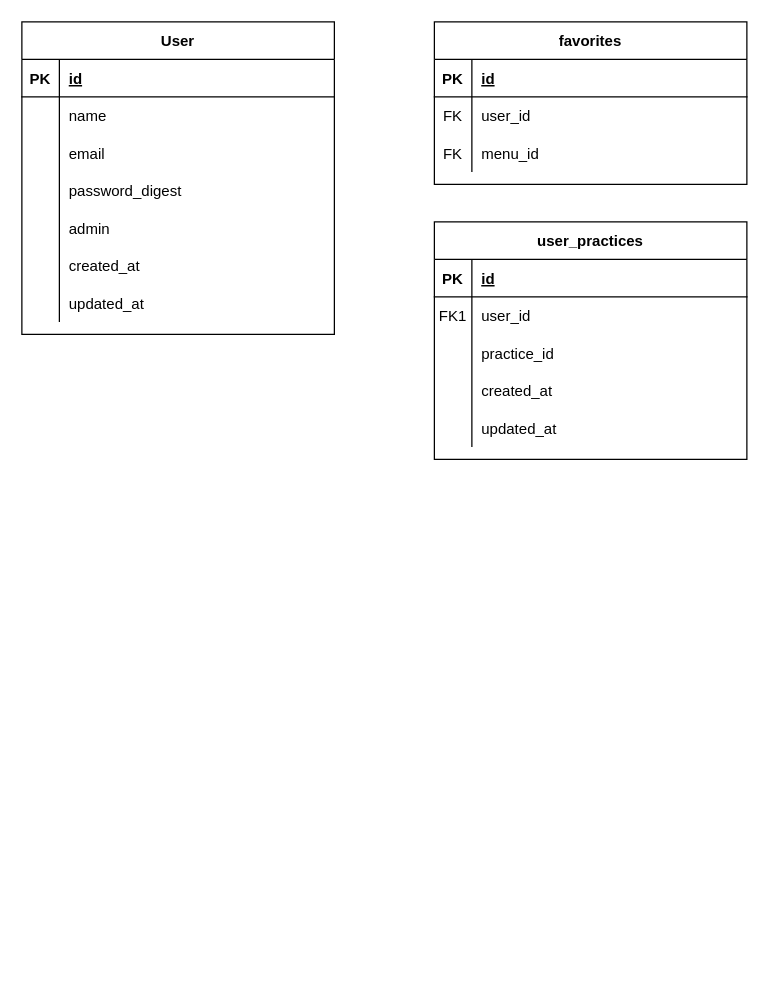
This is 卒業課題.drawio from yu-tas/achieve, a draw.io file, before an edit. Source tidied: cells renumbered, new cells numbered last; positions are measured from the earlier drawing's top-left corner, leaving out a move shared by most shapes. Both pictures are drawn from the tidied source at 125%, with x=0, y=0 at pixel (21, 21).
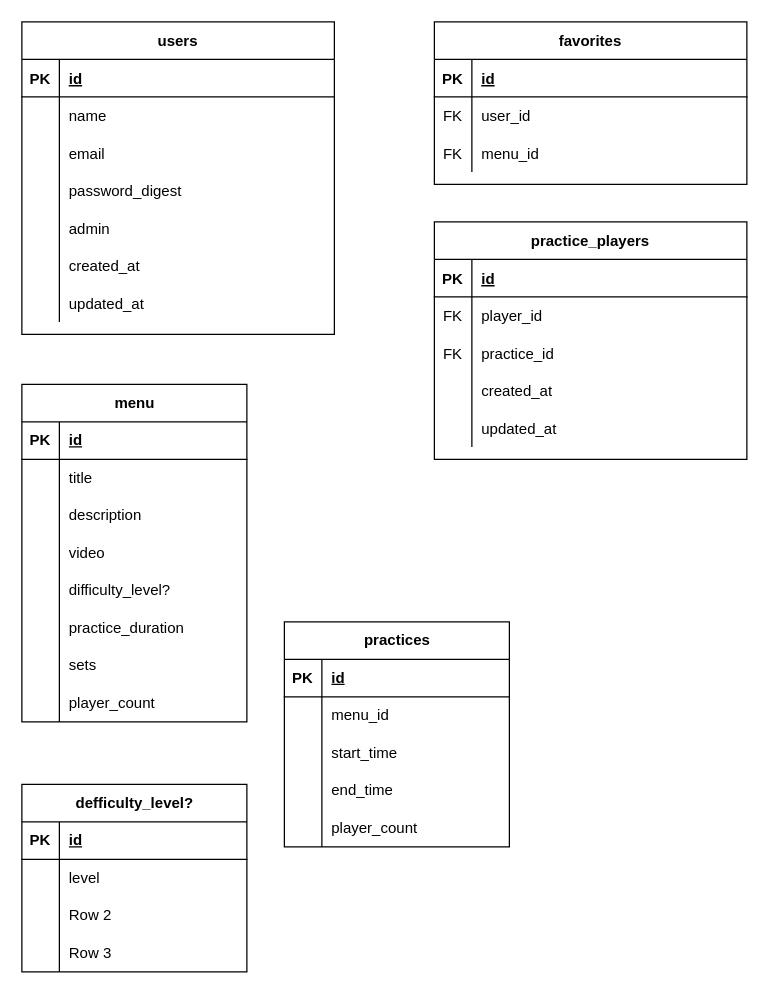
Above is the later version.

Commit message (it also covers changes not shown here):
卒業課題.drawio を更新します

The change refers to these unchanged cells:
```xml
<mxCell id="16" style="shape=partialRectangle;fillColor=none;top=0;left=0;right=0;bottom=0;" parent="12" vertex="1">
  <mxGeometry y="60" width="250" height="30" as="geometry" />
</mxCell>
<mxCell id="19" style="shape=partialRectangle;fillColor=none;top=0;left=0;right=0;bottom=0;" parent="12" vertex="1">
  <mxGeometry y="90" width="250" height="30" as="geometry" />
</mxCell>
```

What changed in the source:
```diff
@@
-    <mxCell id="12" value="user_practices" style="shape=table;startSize=30;childLayout=tableLayout;rowLines=0;fontStyle=1;align=center;" parent="1" vertex="1">
+    <mxCell id="12" value="practice_players" style="shape=table;startSize=30;childLayout=tableLayout;rowLines=0;fontStyle=1;align=center;" parent="1" vertex="1">
       <mxGeometry x="330" y="160" width="250" height="190" as="geometry" />
     </mxCell>
@@
-    <mxCell id="17" value="FK1" style="shape=partialRectangle;overflow=hidden;fillColor=none;top=0;left=0;bottom=0;right=0;" parent="16" vertex="1">
+    <mxCell id="17" value="FK" style="shape=partialRectangle;overflow=hidden;fillColor=none;top=0;left=0;bottom=0;right=0;" parent="16" vertex="1">
       <mxGeometry width="30" height="30" as="geometry" />
     </mxCell>
-    <mxCell id="18" value="user_id" style="shape=partialRectangle;overflow=hidden;fillColor=none;top=0;left=0;bottom=0;right=0;align=left;spacingLeft=6;" parent="16" vertex="1">
+    <mxCell id="18" value="player_id" style="shape=partialRectangle;overflow=hidden;fillColor=none;top=0;left=0;bottom=0;right=0;align=left;spacingLeft=6;" parent="16" vertex="1">
       <mxGeometry x="30" width="220" height="30" as="geometry" />
     </mxCell>
@@
-    <mxCell id="20" style="shape=partialRectangle;overflow=hidden;fillColor=none;top=0;left=0;bottom=0;right=0;" parent="19" vertex="1">
+    <mxCell id="20" value="FK" style="shape=partialRectangle;overflow=hidden;fillColor=none;top=0;left=0;bottom=0;right=0;" parent="19" vertex="1">
       <mxGeometry width="30" height="30" as="geometry" />
     </mxCell>
@@
-    <mxCell id="28" value="User" style="shape=table;startSize=30;childLayout=tableLayout;rowLines=0;fontStyle=1;align=center;" parent="1" vertex="1">
+    <mxCell id="28" value="users" style="shape=table;startSize=30;childLayout=tableLayout;rowLines=0;fontStyle=1;align=center;" parent="1" vertex="1">
       <mxGeometry width="250" height="250" as="geometry" />
     </mxCell>
@@
+    <mxCell id="50" value="menu" style="shape=table;startSize=30;childLayout=tableLayout;rowLines=0;fontStyle=1;align=center;html=1;" parent="1" vertex="1">
+      <mxGeometry y="290" width="180" height="270" as="geometry" />
+    </mxCell>
+    <mxCell id="51" style="shape=tableRow;horizontal=0;startSize=0;swimlaneHead=0;swimlaneBody=0;fillColor=none;top=0;left=0;right=0;bottom=1;" parent="50" vertex="1">
+      <mxGeometry y="30" width="180" height="30" as="geometry" />
+    </mxCell>
+    <mxCell id="52" value="PK" style="shape=partialRectangle;fillColor=none;top=0;left=0;bottom=0;right=0;fontStyle=1;overflow=hidden;whiteSpace=wrap;html=1;" parent="51" vertex="1">
+      <mxGeometry width="30" height="30" as="geometry" />
+    </mxCell>
+    <mxCell id="53" value="id" style="shape=partialRectangle;fillColor=none;top=0;left=0;bottom=0;right=0;align=left;spacingLeft=6;fontStyle=5;overflow=hidden;whiteSpace=wrap;html=1;" parent="51" vertex="1">
+      <mxGeometry x="30" width="150" height="30" as="geometry" />
+    </mxCell>
+    <mxCell id="54" style="shape=tableRow;horizontal=0;startSize=0;swimlaneHead=0;swimlaneBody=0;fillColor=none;top=0;left=0;right=0;bottom=0;" parent="50" vertex="1">
+      <mxGeometry y="60" width="180" height="30" as="geometry" />
+    </mxCell>
+    <mxCell id="55" style="shape=partialRectangle;fillColor=none;top=0;left=0;bottom=0;right=0;overflow=hidden;whiteSpace=wrap;html=1;" parent="54" vertex="1">
+      <mxGeometry width="30" height="30" as="geometry" />
+    </mxCell>
+    <mxCell id="56" value="title" style="shape=partialRectangle;fillColor=none;top=0;left=0;bottom=0;right=0;align=left;spacingLeft=6;overflow=hidden;whiteSpace=wrap;html=1;" parent="54" vertex="1">
+      <mxGeometry x="30" width="150" height="30" as="geometry" />
+    </mxCell>
+    <mxCell id="57" style="shape=tableRow;horizontal=0;startSize=0;swimlaneHead=0;swimlaneBody=0;fillColor=none;top=0;left=0;right=0;bottom=0;" parent="50" vertex="1">
+      <mxGeometry y="90" width="180" height="30" as="geometry" />
+    </mxCell>
+    <mxCell id="58" style="shape=partialRectangle;fillColor=none;top=0;left=0;bottom=0;right=0;overflow=hidden;whiteSpace=wrap;html=1;" parent="57" vertex="1">
+      <mxGeometry width="30" height="30" as="geometry" />
+    </mxCell>
+    <mxCell id="59" value="description" style="shape=partialRectangle;fillColor=none;top=0;left=0;bottom=0;right=0;align=left;spacingLeft=6;overflow=hidden;whiteSpace=wrap;html=1;" parent="57" vertex="1">
+      <mxGeometry x="30" width="150" height="30" as="geometry" />
+    </mxCell>
+    <mxCell id="60" style="shape=tableRow;horizontal=0;startSize=0;swimlaneHead=0;swimlaneBody=0;fillColor=none;top=0;left=0;right=0;bottom=0;" parent="50" vertex="1">
+      <mxGeometry y="120" width="180" height="30" as="geometry" />
+    </mxCell>
+    <mxCell id="61" style="shape=partialRectangle;fillColor=none;top=0;left=0;bottom=0;right=0;overflow=hidden;whiteSpace=wrap;html=1;" parent="60" vertex="1">
+      <mxGeometry width="30" height="30" as="geometry" />
+    </mxCell>
+    <mxCell id="62" value="video" style="shape=partialRectangle;fillColor=none;top=0;left=0;bottom=0;right=0;align=left;spacingLeft=6;overflow=hidden;whiteSpace=wrap;html=1;" parent="60" vertex="1">
+      <mxGeometry x="30" width="150" height="30" as="geometry" />
+    </mxCell>
+    <mxCell id="63" style="shape=tableRow;horizontal=0;startSize=0;swimlaneHead=0;swimlaneBody=0;fillColor=none;top=0;left=0;right=0;bottom=0;" parent="50" vertex="1">
+      <mxGeometry y="150" width="180" height="30" as="geometry" />
+    </mxCell>
+    <mxCell id="64" style="shape=partialRectangle;fillColor=none;top=0;left=0;bottom=0;right=0;overflow=hidden;whiteSpace=wrap;html=1;" parent="63" vertex="1">
+      <mxGeometry width="30" height="30" as="geometry" />
+    </mxCell>
+    <mxCell id="65" value="difficulty_level?" style="shape=partialRectangle;fillColor=none;top=0;left=0;bottom=0;right=0;align=left;spacingLeft=6;overflow=hidden;whiteSpace=wrap;html=1;" parent="63" vertex="1">
+      <mxGeometry x="30" width="150" height="30" as="geometry" />
+    </mxCell>
+    <mxCell id="66" style="shape=tableRow;horizontal=0;startSize=0;swimlaneHead=0;swimlaneBody=0;fillColor=none;top=0;left=0;right=0;bottom=0;" parent="50" vertex="1">
+      <mxGeometry y="180" width="180" height="30" as="geometry" />
+    </mxCell>
+    <mxCell id="67" style="shape=partialRectangle;fillColor=none;top=0;left=0;bottom=0;right=0;overflow=hidden;whiteSpace=wrap;html=1;" parent="66" vertex="1">
+      <mxGeometry width="30" height="30" as="geometry" />
+    </mxCell>
+    <mxCell id="68" value="practice_duration" style="shape=partialRectangle;fillColor=none;top=0;left=0;bottom=0;right=0;align=left;spacingLeft=6;overflow=hidden;whiteSpace=wrap;html=1;" parent="66" vertex="1">
+      <mxGeometry x="30" width="150" height="30" as="geometry" />
+    </mxCell>
+    <mxCell id="69" style="shape=tableRow;horizontal=0;startSize=0;swimlaneHead=0;swimlaneBody=0;fillColor=none;top=0;left=0;right=0;bottom=0;" parent="50" vertex="1">
+      <mxGeometry y="210" width="180" height="30" as="geometry" />
+    </mxCell>
+    <mxCell id="70" style="shape=partialRectangle;fillColor=none;top=0;left=0;bottom=0;right=0;overflow=hidden;whiteSpace=wrap;html=1;" parent="69" vertex="1">
+      <mxGeometry width="30" height="30" as="geometry" />
+    </mxCell>
+    <mxCell id="71" value="sets" style="shape=partialRectangle;fillColor=none;top=0;left=0;bottom=0;right=0;align=left;spacingLeft=6;overflow=hidden;whiteSpace=wrap;html=1;" parent="69" vertex="1">
+      <mxGeometry x="30" width="150" height="30" as="geometry" />
+    </mxCell>
+    <mxCell id="72" style="shape=tableRow;horizontal=0;startSize=0;swimlaneHead=0;swimlaneBody=0;fillColor=none;top=0;left=0;right=0;bottom=0;" parent="50" vertex="1">
+      <mxGeometry y="240" width="180" height="30" as="geometry" />
+    </mxCell>
+    <mxCell id="73" style="shape=partialRectangle;fillColor=none;top=0;left=0;bottom=0;right=0;overflow=hidden;whiteSpace=wrap;html=1;" parent="72" vertex="1">
+      <mxGeometry width="30" height="30" as="geometry" />
+    </mxCell>
+    <mxCell id="74" value="player_count" style="shape=partialRectangle;fillColor=none;top=0;left=0;bottom=0;right=0;align=left;spacingLeft=6;overflow=hidden;whiteSpace=wrap;html=1;" parent="72" vertex="1">
+      <mxGeometry x="30" width="150" height="30" as="geometry" />
+    </mxCell>
+    <mxCell id="75" value="defficulty_level?" style="shape=table;startSize=30;childLayout=tableLayout;rowLines=0;fontStyle=1;align=center;html=1;" parent="1" vertex="1">
+      <mxGeometry y="610" width="180" height="150" as="geometry" />
+    </mxCell>
+    <mxCell id="76" style="shape=tableRow;horizontal=0;startSize=0;swimlaneHead=0;swimlaneBody=0;fillColor=none;top=0;left=0;right=0;bottom=1;" parent="75" vertex="1">
+      <mxGeometry y="30" width="180" height="30" as="geometry" />
+    </mxCell>
+    <mxCell id="77" value="PK" style="shape=partialRectangle;fillColor=none;top=0;left=0;bottom=0;right=0;fontStyle=1;overflow=hidden;whiteSpace=wrap;html=1;" parent="76" vertex="1">
+      <mxGeometry width="30" height="30" as="geometry" />
+    </mxCell>
+    <mxCell id="78" value="id" style="shape=partialRectangle;fillColor=none;top=0;left=0;bottom=0;right=0;align=left;spacingLeft=6;fontStyle=5;overflow=hidden;whiteSpace=wrap;html=1;" parent="76" vertex="1">
+      <mxGeometry x="30" width="150" height="30" as="geometry" />
+    </mxCell>
+    <mxCell id="79" style="shape=tableRow;horizontal=0;startSize=0;swimlaneHead=0;swimlaneBody=0;fillColor=none;top=0;left=0;right=0;bottom=0;" parent="75" vertex="1">
+      <mxGeometry y="60" width="180" height="30" as="geometry" />
+    </mxCell>
+    <mxCell id="80" style="shape=partialRectangle;fillColor=none;top=0;left=0;bottom=0;right=0;overflow=hidden;whiteSpace=wrap;html=1;" parent="79" vertex="1">
+      <mxGeometry width="30" height="30" as="geometry" />
+    </mxCell>
+    <mxCell id="81" value="level" style="shape=partialRectangle;fillColor=none;top=0;left=0;bottom=0;right=0;align=left;spacingLeft=6;overflow=hidden;whiteSpace=wrap;html=1;" parent="79" vertex="1">
+      <mxGeometry x="30" width="150" height="30" as="geometry" />
+    </mxCell>
+    <mxCell id="82" style="shape=tableRow;horizontal=0;startSize=0;swimlaneHead=0;swimlaneBody=0;fillColor=none;top=0;left=0;right=0;bottom=0;" parent="75" vertex="1">
+      <mxGeometry y="90" width="180" height="30" as="geometry" />
+    </mxCell>
+    <mxCell id="83" style="shape=partialRectangle;fillColor=none;top=0;left=0;bottom=0;right=0;overflow=hidden;whiteSpace=wrap;html=1;" parent="82" vertex="1">
+      <mxGeometry width="30" height="30" as="geometry" />
+    </mxCell>
+    <mxCell id="84" value="Row 2" style="shape=partialRectangle;fillColor=none;top=0;left=0;bottom=0;right=0;align=left;spacingLeft=6;overflow=hidden;whiteSpace=wrap;html=1;" parent="82" vertex="1">
+      <mxGeometry x="30" width="150" height="30" as="geometry" />
+    </mxCell>
+    <mxCell id="85" style="shape=tableRow;horizontal=0;startSize=0;swimlaneHead=0;swimlaneBody=0;fillColor=none;top=0;left=0;right=0;bottom=0;" parent="75" vertex="1">
+      <mxGeometry y="120" width="180" height="30" as="geometry" />
+    </mxCell>
+    <mxCell id="86" style="shape=partialRectangle;fillColor=none;top=0;left=0;bottom=0;right=0;overflow=hidden;whiteSpace=wrap;html=1;" parent="85" vertex="1">
+      <mxGeometry width="30" height="30" as="geometry" />
+    </mxCell>
+    <mxCell id="87" value="Row 3" style="shape=partialRectangle;fillColor=none;top=0;left=0;bottom=0;right=0;align=left;spacingLeft=6;overflow=hidden;whiteSpace=wrap;html=1;" parent="85" vertex="1">
+      <mxGeometry x="30" width="150" height="30" as="geometry" />
+    </mxCell>
+    <mxCell id="88" value="practices" style="shape=table;startSize=30;childLayout=tableLayout;rowLines=0;fontStyle=1;align=center;html=1;" parent="1" vertex="1">
+      <mxGeometry x="210" y="480" width="180" height="180" as="geometry" />
+    </mxCell>
+    <mxCell id="89" style="shape=tableRow;horizontal=0;startSize=0;swimlaneHead=0;swimlaneBody=0;fillColor=none;top=0;left=0;right=0;bottom=1;" parent="88" vertex="1">
+      <mxGeometry y="30" width="180" height="30" as="geometry" />
+    </mxCell>
+    <mxCell id="90" value="PK" style="shape=partialRectangle;fillColor=none;top=0;left=0;bottom=0;right=0;fontStyle=1;overflow=hidden;whiteSpace=wrap;html=1;" parent="89" vertex="1">
+      <mxGeometry width="30" height="30" as="geometry" />
+    </mxCell>
+    <mxCell id="91" value="id" style="shape=partialRectangle;fillColor=none;top=0;left=0;bottom=0;right=0;align=left;spacingLeft=6;fontStyle=5;overflow=hidden;whiteSpace=wrap;html=1;" parent="89" vertex="1">
+      <mxGeometry x="30" width="150" height="30" as="geometry" />
+    </mxCell>
+    <mxCell id="92" style="shape=tableRow;horizontal=0;startSize=0;swimlaneHead=0;swimlaneBody=0;fillColor=none;top=0;left=0;right=0;bottom=0;" parent="88" vertex="1">
+      <mxGeometry y="60" width="180" height="30" as="geometry" />
+    </mxCell>
+    <mxCell id="93" style="shape=partialRectangle;fillColor=none;top=0;left=0;bottom=0;right=0;overflow=hidden;whiteSpace=wrap;html=1;" parent="92" vertex="1">
+      <mxGeometry width="30" height="30" as="geometry" />
+    </mxCell>
+    <mxCell id="94" value="menu_id" style="shape=partialRectangle;fillColor=none;top=0;left=0;bottom=0;right=0;align=left;spacingLeft=6;overflow=hidden;whiteSpace=wrap;html=1;" parent="92" vertex="1">
+      <mxGeometry x="30" width="150" height="30" as="geometry" />
+    </mxCell>
+    <mxCell id="95" style="shape=tableRow;horizontal=0;startSize=0;swimlaneHead=0;swimlaneBody=0;fillColor=none;top=0;left=0;right=0;bottom=0;" parent="88" vertex="1">
+      <mxGeometry y="90" width="180" height="30" as="geometry" />
+    </mxCell>
+    <mxCell id="96" style="shape=partialRectangle;fillColor=none;top=0;left=0;bottom=0;right=0;overflow=hidden;whiteSpace=wrap;html=1;" parent="95" vertex="1">
+      <mxGeometry width="30" height="30" as="geometry" />
+    </mxCell>
+    <mxCell id="97" value="start_time" style="shape=partialRectangle;fillColor=none;top=0;left=0;bottom=0;right=0;align=left;spacingLeft=6;overflow=hidden;whiteSpace=wrap;html=1;" parent="95" vertex="1">
+      <mxGeometry x="30" width="150" height="30" as="geometry" />
+    </mxCell>
+    <mxCell id="98" style="shape=tableRow;horizontal=0;startSize=0;swimlaneHead=0;swimlaneBody=0;fillColor=none;top=0;left=0;right=0;bottom=0;" parent="88" vertex="1">
+      <mxGeometry y="120" width="180" height="30" as="geometry" />
+    </mxCell>
+    <mxCell id="99" style="shape=partialRectangle;fillColor=none;top=0;left=0;bottom=0;right=0;overflow=hidden;whiteSpace=wrap;html=1;" parent="98" vertex="1">
+      <mxGeometry width="30" height="30" as="geometry" />
+    </mxCell>
+    <mxCell id="100" value="end_time" style="shape=partialRectangle;fillColor=none;top=0;left=0;bottom=0;right=0;align=left;spacingLeft=6;overflow=hidden;whiteSpace=wrap;html=1;" parent="98" vertex="1">
+      <mxGeometry x="30" width="150" height="30" as="geometry" />
+    </mxCell>
+    <mxCell id="101" style="shape=tableRow;horizontal=0;startSize=0;swimlaneHead=0;swimlaneBody=0;fillColor=none;top=0;left=0;right=0;bottom=0;" parent="88" vertex="1">
+      <mxGeometry y="150" width="180" height="30" as="geometry" />
+    </mxCell>
+    <mxCell id="102" style="shape=partialRectangle;fillColor=none;top=0;left=0;bottom=0;right=0;overflow=hidden;whiteSpace=wrap;html=1;" parent="101" vertex="1">
+      <mxGeometry width="30" height="30" as="geometry" />
+    </mxCell>
+    <mxCell id="103" value="player_count" style="shape=partialRectangle;fillColor=none;top=0;left=0;bottom=0;right=0;align=left;spacingLeft=6;overflow=hidden;whiteSpace=wrap;html=1;" parent="101" vertex="1">
+      <mxGeometry x="30" width="150" height="30" as="geometry" />
+    </mxCell>
```
